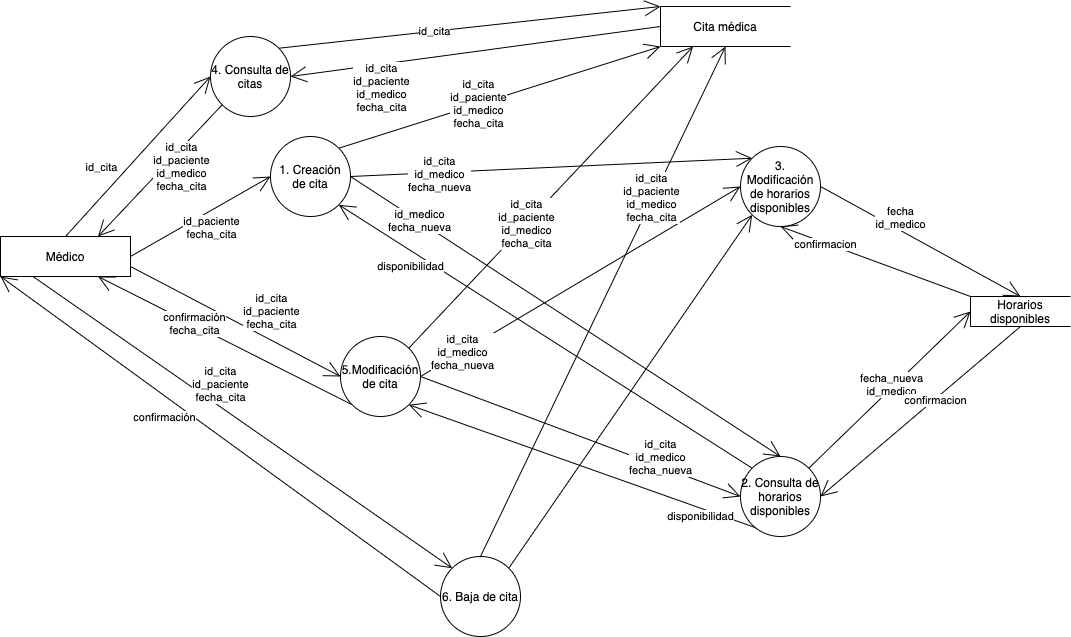
This is img/iter1/dfdN1.png from melimer/AyDS-web, a draw.io export, as it was before one commit. Source tidied: cells renumbered, new cells last; positions are measured from the earlier drawing's top-left corner, leaving out a move shared by most shapes.
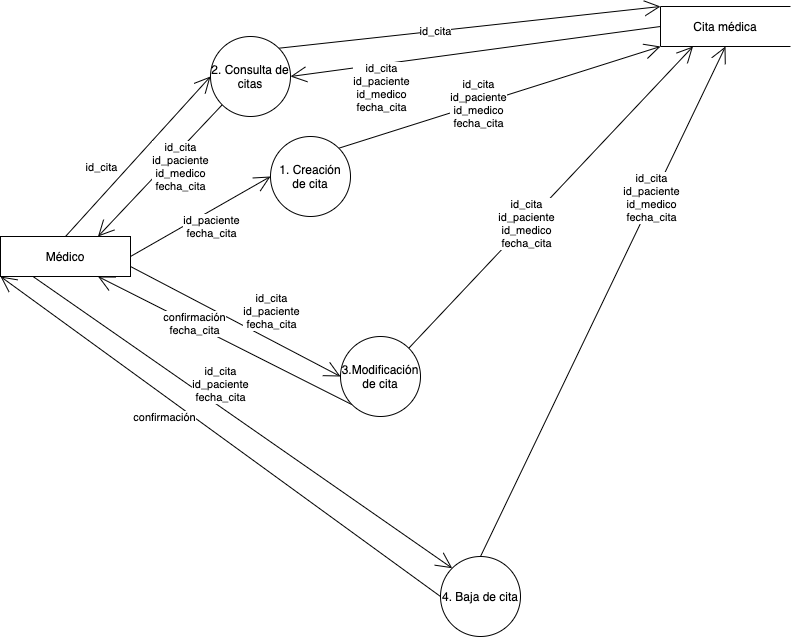
The same diagram one commit later.

Change to the diagram source:
```diff
@@ -2,24 +2,12 @@
   <root>
     <mxCell id="0" />
     <mxCell id="1" parent="0" />
-    <mxCell id="2" style="edgeStyle=none;curved=1;rounded=0;jettySize=auto;html=1;exitX=1;exitY=0.5;exitDx=0;exitDy=0;entryX=0.5;entryY=0;entryDx=0;entryDy=0;endArrow=open;startSize=14;endSize=14;sourcePerimeterSpacing=8;targetPerimeterSpacing=8;" parent="1" edge="1" source="8" target="41">
-      <mxGeometry relative="1" as="geometry" />
-    </mxCell>
-    <mxCell id="3" value="id_medico&lt;br&gt;fecha_nueva" style="edgeLabel;html=1;align=center;verticalAlign=middle;" parent="2" vertex="1">
-      <mxGeometry x="-0.69" y="1" relative="1" as="geometry" />
-    </mxCell>
     <mxCell id="4" style="edgeStyle=none;curved=1;rounded=0;jettySize=auto;html=1;exitX=1;exitY=0;exitDx=0;exitDy=0;entryX=0;entryY=1;entryDx=0;entryDy=0;endArrow=open;startSize=14;endSize=14;sourcePerimeterSpacing=8;targetPerimeterSpacing=8;" parent="1" edge="1" source="8" target="11">
       <mxGeometry relative="1" as="geometry" />
     </mxCell>
     <mxCell id="5" value="id_cita&lt;br&gt;id_paciente&lt;br&gt;id_medico&lt;br&gt;fecha_cita" style="edgeLabel;html=1;align=center;verticalAlign=middle;" parent="4" vertex="1">
       <mxGeometry x="-0.14" y="1" relative="1" as="geometry" />
     </mxCell>
-    <mxCell id="6" style="edgeStyle=none;curved=1;rounded=0;jettySize=auto;html=1;exitX=1;exitY=0.5;exitDx=0;exitDy=0;endArrow=open;startSize=14;endSize=14;sourcePerimeterSpacing=8;targetPerimeterSpacing=8;entryX=0;entryY=0;entryDx=0;entryDy=0;" parent="1" edge="1" source="8" target="55">
-      <mxGeometry relative="1" as="geometry" />
-    </mxCell>
-    <mxCell id="7" value="id_cita&lt;br&gt;id_medico&lt;br&gt;fecha_nueva" style="edgeLabel;html=1;align=center;verticalAlign=middle;" parent="6" vertex="1">
-      <mxGeometry x="-0.56" y="-1" relative="1" as="geometry" />
-    </mxCell>
     <mxCell id="8" value="1. Creación de cita" style="ellipse;whiteSpace=wrap;html=1;hachureGap=4;" parent="1" vertex="1">
       <mxGeometry x="270" y="130" width="80" height="80" as="geometry" />
     </mxCell>
@@ -83,17 +71,9 @@
         <mxPoint x="14" y="2" as="offset" />
       </mxGeometry>
     </mxCell>
-    <mxCell id="25" value="4. Consulta de citas" style="ellipse;whiteSpace=wrap;html=1;hachureGap=4;" parent="1" vertex="1">
+    <mxCell id="25" value="2. Consulta de citas" style="ellipse;whiteSpace=wrap;html=1;hachureGap=4;" parent="1" vertex="1">
       <mxGeometry x="210" y="30" width="80" height="80" as="geometry" />
     </mxCell>
-    <mxCell id="26" style="edgeStyle=none;curved=1;rounded=0;jettySize=auto;html=1;exitX=1;exitY=0.5;exitDx=0;exitDy=0;entryX=0;entryY=0.5;entryDx=0;entryDy=0;endArrow=open;startSize=14;endSize=14;sourcePerimeterSpacing=8;targetPerimeterSpacing=8;" parent="1" edge="1" source="34" target="41">
-      <mxGeometry relative="1" as="geometry" />
-    </mxCell>
-    <mxCell id="27" value="id_cita&lt;br&gt;id_medico&lt;br&gt;fecha_nueva" style="edgeLabel;html=1;align=center;verticalAlign=middle;" parent="26" vertex="1">
-      <mxGeometry x="0.35" relative="1" as="geometry">
-        <mxPoint x="24" y="-1" as="offset" />
-      </mxGeometry>
-    </mxCell>
     <mxCell id="28" style="edgeStyle=none;curved=1;rounded=0;jettySize=auto;html=1;exitX=0;exitY=1;exitDx=0;exitDy=0;entryX=0.75;entryY=1;entryDx=0;entryDy=0;endArrow=open;startSize=14;endSize=14;sourcePerimeterSpacing=8;targetPerimeterSpacing=8;" parent="1" edge="1" source="34" target="20">
       <mxGeometry relative="1" as="geometry" />
     </mxCell>
@@ -102,12 +82,6 @@
         <mxPoint x="-1" as="offset" />
       </mxGeometry>
     </mxCell>
-    <mxCell id="30" style="edgeStyle=none;curved=1;rounded=0;jettySize=auto;html=1;exitX=1;exitY=0.5;exitDx=0;exitDy=0;entryX=0;entryY=0.5;entryDx=0;entryDy=0;endArrow=open;startSize=14;endSize=14;sourcePerimeterSpacing=8;targetPerimeterSpacing=8;" parent="1" edge="1" source="34" target="55">
-      <mxGeometry relative="1" as="geometry" />
-    </mxCell>
-    <mxCell id="31" value="id_cita&lt;br&gt;id_medico&lt;br&gt;fecha_nueva" style="edgeLabel;html=1;align=center;verticalAlign=middle;" parent="30" vertex="1">
-      <mxGeometry x="-0.74" relative="1" as="geometry" />
-    </mxCell>
     <mxCell id="32" style="edgeStyle=none;curved=1;rounded=0;jettySize=auto;html=1;exitX=1;exitY=0;exitDx=0;exitDy=0;entryX=0.25;entryY=1;entryDx=0;entryDy=0;endArrow=open;startSize=14;endSize=14;sourcePerimeterSpacing=8;targetPerimeterSpacing=8;" parent="1" edge="1" source="34" target="11">
       <mxGeometry relative="1" as="geometry" />
     </mxCell>
@@ -116,34 +90,9 @@
         <mxPoint x="-1" as="offset" />
       </mxGeometry>
     </mxCell>
-    <mxCell id="34" value="5.Modificación de cita" style="ellipse;whiteSpace=wrap;html=1;hachureGap=4;" parent="1" vertex="1">
+    <mxCell id="34" value="3.Modificación de cita" style="ellipse;whiteSpace=wrap;html=1;hachureGap=4;" parent="1" vertex="1">
       <mxGeometry x="340" y="330" width="80" height="80" as="geometry" />
     </mxCell>
-    <mxCell id="35" style="edgeStyle=none;curved=1;rounded=0;jettySize=auto;html=1;exitX=0;exitY=0;exitDx=0;exitDy=0;entryX=1;entryY=1;entryDx=0;entryDy=0;endArrow=open;startSize=14;endSize=14;sourcePerimeterSpacing=8;targetPerimeterSpacing=8;" parent="1" edge="1" source="41" target="8">
-      <mxGeometry relative="1" as="geometry" />
-    </mxCell>
-    <mxCell id="36" value="disponibilidad" style="edgeLabel;html=1;align=center;verticalAlign=middle;" parent="35" vertex="1">
-      <mxGeometry x="0.67" y="-3" relative="1" as="geometry">
-        <mxPoint y="20" as="offset" />
-      </mxGeometry>
-    </mxCell>
-    <mxCell id="37" style="edgeStyle=none;curved=1;rounded=0;jettySize=auto;html=1;exitX=0.5;exitY=1;exitDx=0;exitDy=0;entryX=1;entryY=1;entryDx=0;entryDy=0;endArrow=open;startSize=14;endSize=14;sourcePerimeterSpacing=8;targetPerimeterSpacing=8;" parent="1" edge="1" source="41" target="34">
-      <mxGeometry relative="1" as="geometry" />
-    </mxCell>
-    <mxCell id="38" value="disponibilidad" style="edgeLabel;html=1;align=center;verticalAlign=middle;" parent="37" vertex="1">
-      <mxGeometry x="-0.22" y="-2" relative="1" as="geometry">
-        <mxPoint x="64" y="33" as="offset" />
-      </mxGeometry>
-    </mxCell>
-    <mxCell id="39" style="edgeStyle=none;curved=1;rounded=0;jettySize=auto;html=1;exitX=1;exitY=0;exitDx=0;exitDy=0;entryX=0;entryY=0.5;entryDx=0;entryDy=0;endArrow=open;startSize=14;endSize=14;sourcePerimeterSpacing=8;targetPerimeterSpacing=8;" parent="1" edge="1" source="41" target="52">
-      <mxGeometry relative="1" as="geometry" />
-    </mxCell>
-    <mxCell id="40" value="fecha_nueva&lt;br&gt;id_medico" style="edgeLabel;html=1;align=center;verticalAlign=middle;" parent="39" vertex="1">
-      <mxGeometry x="0.04" y="3" relative="1" as="geometry" />
-    </mxCell>
-    <mxCell id="41" value="2. Consulta de horarios disponibles" style="ellipse;whiteSpace=wrap;html=1;hachureGap=4;" parent="1" vertex="1">
-      <mxGeometry x="740" y="450" width="80" height="80" as="geometry" />
-    </mxCell>
     <mxCell id="42" style="edgeStyle=none;curved=1;rounded=0;jettySize=auto;html=1;exitX=0;exitY=0.5;exitDx=0;exitDy=0;endArrow=open;startSize=14;endSize=14;sourcePerimeterSpacing=8;targetPerimeterSpacing=8;entryX=0;entryY=1;entryDx=0;entryDy=0;" parent="1" edge="1" source="47" target="20">
       <mxGeometry relative="1" as="geometry" />
     </mxCell>
@@ -158,37 +107,8 @@
     <mxCell id="45" value="id_cita&lt;br&gt;id_paciente&lt;br&gt;id_medico&lt;br&gt;fecha_cita" style="edgeLabel;html=1;align=center;verticalAlign=middle;" parent="44" vertex="1">
       <mxGeometry x="0.41" y="2" relative="1" as="geometry" />
     </mxCell>
-    <mxCell id="46" style="edgeStyle=none;curved=1;rounded=0;jettySize=auto;html=1;exitX=1;exitY=0;exitDx=0;exitDy=0;endArrow=open;startSize=14;endSize=14;sourcePerimeterSpacing=8;targetPerimeterSpacing=8;entryX=0;entryY=1;entryDx=0;entryDy=0;" parent="1" edge="1" source="47" target="55">
-      <mxGeometry relative="1" as="geometry" />
-    </mxCell>
-    <mxCell id="47" value="6. Baja de cita" style="ellipse;whiteSpace=wrap;html=1;hachureGap=4;" parent="1" vertex="1">
+    <mxCell id="47" value="4. Baja de cita" style="ellipse;whiteSpace=wrap;html=1;hachureGap=4;" parent="1" vertex="1">
       <mxGeometry x="440" y="550" width="80" height="80" as="geometry" />
     </mxCell>
-    <mxCell id="48" style="edgeStyle=none;curved=1;rounded=0;jettySize=auto;html=1;exitX=0.5;exitY=1;exitDx=0;exitDy=0;entryX=1;entryY=0.5;entryDx=0;entryDy=0;endArrow=open;startSize=14;endSize=14;sourcePerimeterSpacing=8;targetPerimeterSpacing=8;" parent="1" edge="1" source="52" target="41">
-      <mxGeometry relative="1" as="geometry" />
-    </mxCell>
-    <mxCell id="49" value="confirmacion" style="edgeLabel;html=1;align=center;verticalAlign=middle;" parent="48" vertex="1">
-      <mxGeometry x="-0.14" y="1" relative="1" as="geometry" />
-    </mxCell>
-    <mxCell id="50" style="edgeStyle=none;curved=1;rounded=0;jettySize=auto;html=1;exitX=0;exitY=0;exitDx=0;exitDy=0;entryX=0.5;entryY=1;entryDx=0;entryDy=0;endArrow=open;startSize=14;endSize=14;sourcePerimeterSpacing=8;targetPerimeterSpacing=8;" parent="1" edge="1" source="52" target="55">
-      <mxGeometry relative="1" as="geometry" />
-    </mxCell>
-    <mxCell id="51" value="confirmacion" style="edgeLabel;html=1;align=center;verticalAlign=middle;" parent="50" vertex="1">
-      <mxGeometry x="0.54" y="1" relative="1" as="geometry" />
-    </mxCell>
-    <mxCell id="52" value="Horarios disponibles" style="html=1;dashed=0;whiteSpace=wrap;shape=partialRectangle;right=0;" parent="1" vertex="1">
-      <mxGeometry x="970" y="290" width="100" height="30" as="geometry" />
-    </mxCell>
-    <mxCell id="53" style="edgeStyle=none;curved=1;rounded=0;jettySize=auto;html=1;exitX=1;exitY=0.5;exitDx=0;exitDy=0;entryX=0.5;entryY=0;entryDx=0;entryDy=0;endArrow=open;startSize=14;endSize=14;sourcePerimeterSpacing=8;targetPerimeterSpacing=8;" parent="1" edge="1" source="55" target="52">
-      <mxGeometry relative="1" as="geometry" />
-    </mxCell>
-    <mxCell id="54" value="fecha&lt;br&gt;id_medico" style="edgeLabel;html=1;align=center;verticalAlign=middle;" parent="53" vertex="1">
-      <mxGeometry x="-0.35" y="3" relative="1" as="geometry">
-        <mxPoint x="13" y="-3" as="offset" />
-      </mxGeometry>
-    </mxCell>
-    <mxCell id="55" value="3. Modificación de horarios disponibles" style="ellipse;whiteSpace=wrap;html=1;hachureGap=4;" parent="1" vertex="1">
-      <mxGeometry x="740" y="140" width="80" height="80" as="geometry" />
-    </mxCell>
   </root>
 </mxGraphModel>
```
